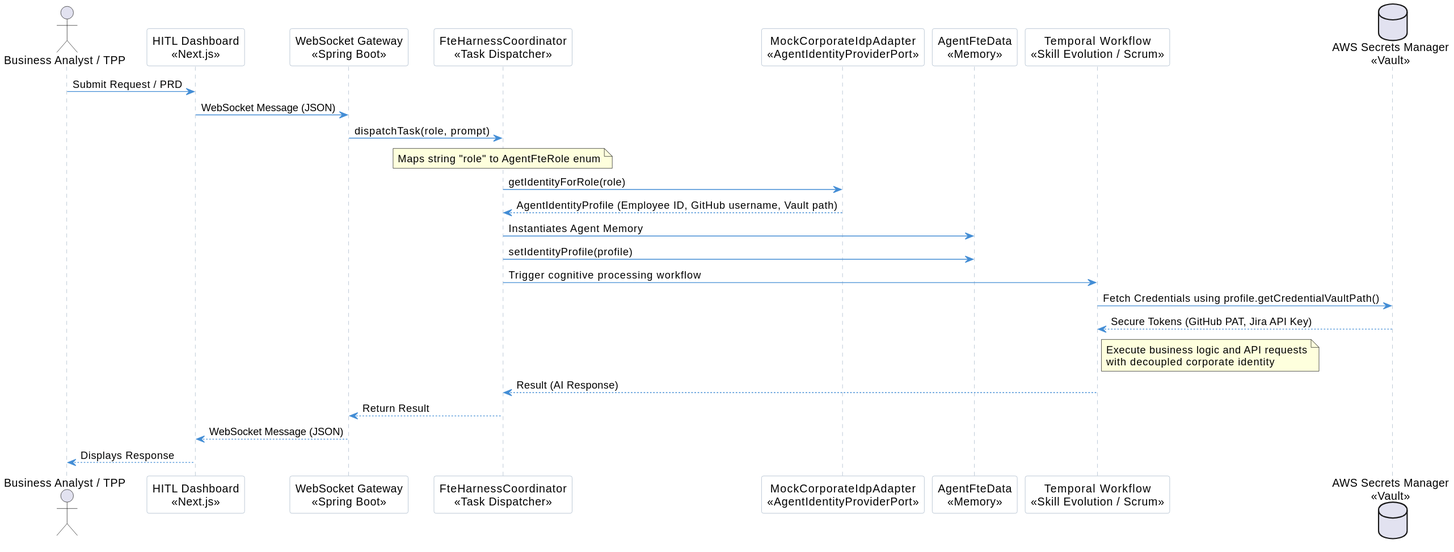
This is docs/diagrams/Agent_Identity_Sequence.svg from COPUR/OPF-Agentive-Platform, a PlantUML export, as it was before one commit. The source it was exported from:
```plantuml
@startuml
skinparam sequence {
    ArrowColor #438dd5
    LifeLineBorderColor #a2b4c6
    LifeLineBackgroundColor #f4f6f8
    ParticipantBorderColor #a2b4c6
    ParticipantBackgroundColor #ffffff
}

actor "Business Analyst / TPP" as User
participant "HITL Dashboard\n<<Next.js>>" as UI
participant "WebSocket Gateway\n<<Spring Boot>>" as WS
participant "FteHarnessCoordinator\n<<Task Dispatcher>>" as Harness
participant "MockCorporateIdpAdapter\n<<AgentIdentityProviderPort>>" as IDP
participant "AgentFteData\n<<Memory>>" as AgentData
participant "Temporal Workflow\n<<Skill Evolution / Scrum>>" as Temporal
database "AWS Secrets Manager\n<<Vault>>" as Vault

User -> UI : Submit Request / PRD
UI -> WS : WebSocket Message (JSON)
WS -> Harness : dispatchTask(role, prompt)

note over Harness: Maps string "role" to AgentFteRole enum

Harness -> IDP : getIdentityForRole(role)
IDP --> Harness : AgentIdentityProfile (Employee ID, GitHub username, Vault path)

Harness -> AgentData : Instantiates Agent Memory
Harness -> AgentData : setIdentityProfile(profile)

Harness -> Temporal : Trigger cognitive processing workflow
Temporal -> Vault : Fetch Credentials using profile.getCredentialVaultPath()
Vault --> Temporal : Secure Tokens (GitHub PAT, Jira API Key)

note right of Temporal: Execute business logic and API requests\nwith decoupled corporate identity

Temporal --> Harness : Result (AI Response)
Harness --> WS : Return Result
WS --> UI : WebSocket Message (JSON)
UI --> User : Displays Response
@enduml
```
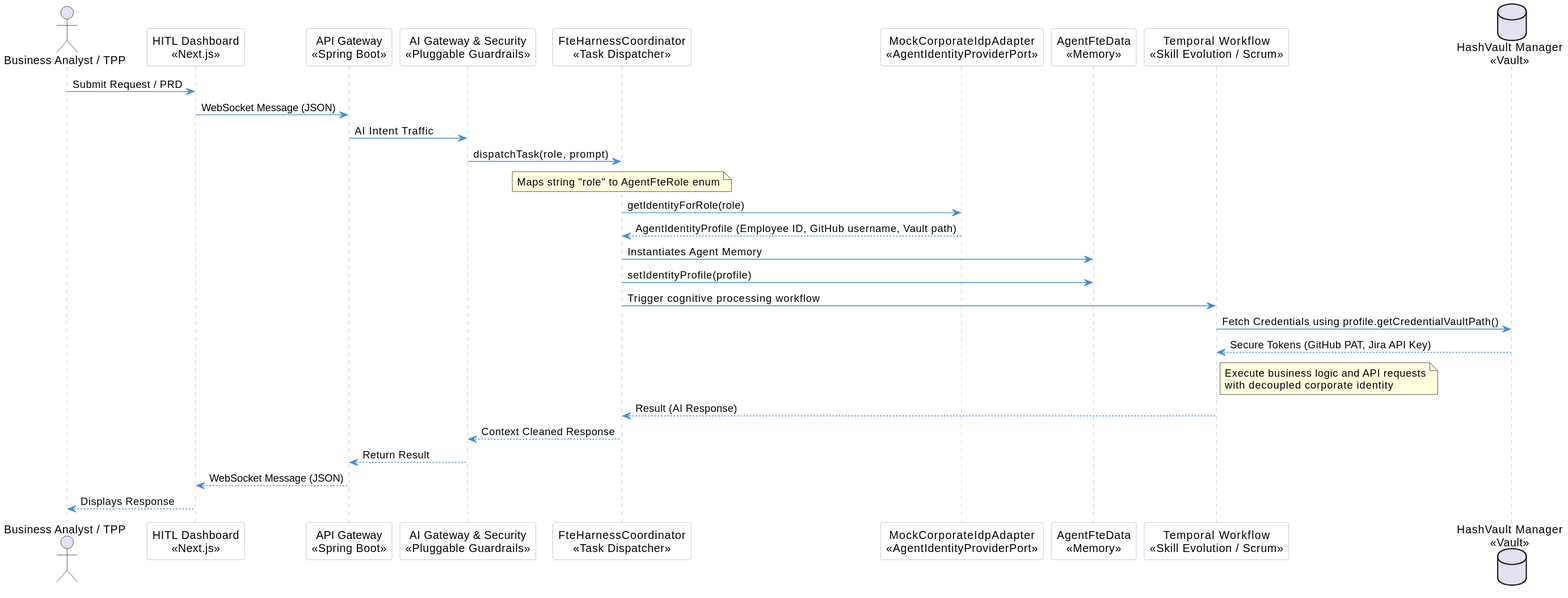
Above is the later version.

Change to the diagram source:
```diff
@@ -9,16 +9,18 @@
 
 actor "Business Analyst / TPP" as User
 participant "HITL Dashboard\n<<Next.js>>" as UI
-participant "WebSocket Gateway\n<<Spring Boot>>" as WS
+participant "API Gateway\n<<Spring Boot>>" as WS
+participant "AI Gateway & Security\n<<Pluggable Guardrails>>" as AIGW
 participant "FteHarnessCoordinator\n<<Task Dispatcher>>" as Harness
 participant "MockCorporateIdpAdapter\n<<AgentIdentityProviderPort>>" as IDP
 participant "AgentFteData\n<<Memory>>" as AgentData
 participant "Temporal Workflow\n<<Skill Evolution / Scrum>>" as Temporal
-database "AWS Secrets Manager\n<<Vault>>" as Vault
+database "HashVault Manager\n<<Vault>>" as Vault
 
 User -> UI : Submit Request / PRD
 UI -> WS : WebSocket Message (JSON)
-WS -> Harness : dispatchTask(role, prompt)
+WS -> AIGW : AI Intent Traffic
+AIGW -> Harness : dispatchTask(role, prompt)
 
 note over Harness: Maps string "role" to AgentFteRole enum
 
@@ -35,7 +37,8 @@
 note right of Temporal: Execute business logic and API requests\nwith decoupled corporate identity
 
 Temporal --> Harness : Result (AI Response)
-Harness --> WS : Return Result
+Harness --> AIGW : Context Cleaned Response
+AIGW --> WS : Return Result
 WS --> UI : WebSocket Message (JSON)
 UI --> User : Displays Response
 @enduml
```
